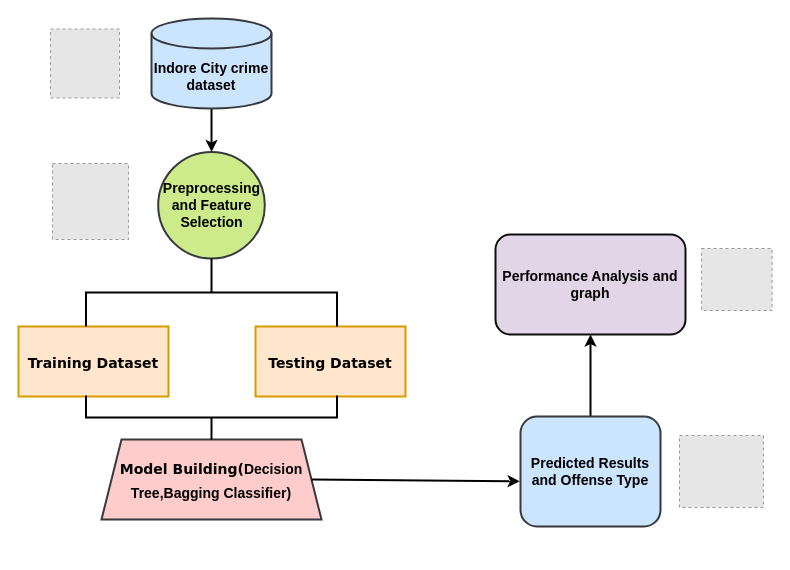
ChanumoluGayathri/System_Design keeps this draw.io diagram as Untitled Diagram.drawio. Above is the earlier version. Source tidied: cells renumbered, new cells numbered last; positions are measured from the earlier drawing's top-left corner, leaving out a move shared by most shapes. Both pictures are drawn from the tidied source at 100%, with x=0, y=0 at pixel (18, 18). Pictures stored in the file or linked from it are replaced by grey dashed boxes.
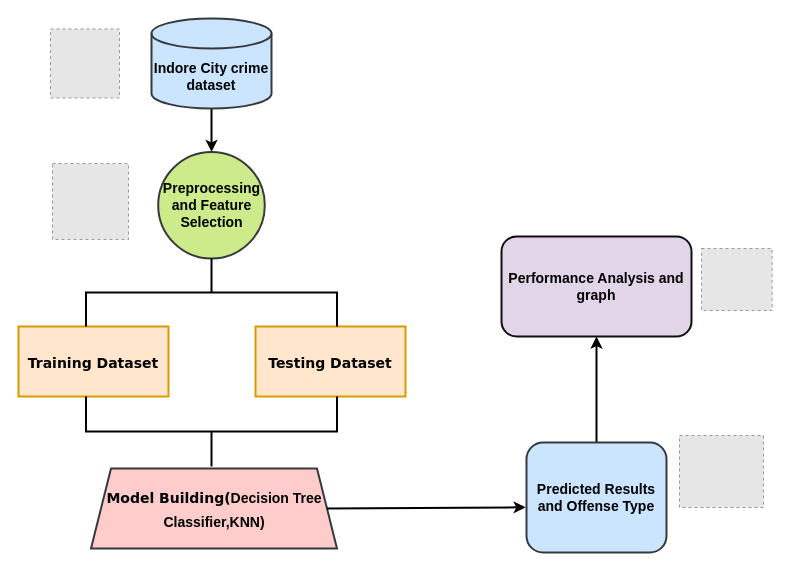
The same diagram, later.

The edit, as a diff of the source:
```diff
@@
 <mxGraphModel>
   <root>
     <mxCell id="0" />
     <mxCell id="1" parent="0" />
     <mxCell id="2" style="edgeStyle=orthogonalEdgeStyle;rounded=0;jettySize=auto;html=1;strokeWidth=2;" parent="1" edge="1" source="3" target="4">
       <mxGeometry relative="1" as="geometry" />
     </mxCell>
     <mxCell id="3" value="&lt;span style=&quot;font-size: 14px;&quot;&gt;&lt;b&gt;Indore City crime dataset&lt;/b&gt;&lt;/span&gt;" style="shape=cylinder3;whiteSpace=wrap;html=1;boundedLbl=1;backgroundOutline=1;size=15;fillColor=#cce5ff;strokeColor=#36393d;strokeWidth=2;" parent="1" vertex="1">
       <mxGeometry x="133" width="120" height="90" as="geometry" />
     </mxCell>
     <mxCell id="4" value="&lt;b style=&quot;font-size: 14px;&quot;&gt;&lt;font style=&quot;font-size: 14px;&quot;&gt;Preprocessing and Feature S&lt;/font&gt;election&lt;/b&gt;" style="ellipse;whiteSpace=wrap;html=1;fillColor=#cdeb8b;strokeColor=#36393d;strokeWidth=2;" parent="1" vertex="1">
       <mxGeometry x="139.7" y="133.4" width="106.6" height="106.6" as="geometry" />
     </mxCell>
     <mxCell id="5" style="edgeStyle=orthogonalEdgeStyle;rounded=0;jettySize=auto;html=1;strokeWidth=2;" parent="1" edge="1" source="6" target="7">
       <mxGeometry relative="1" as="geometry" />
     </mxCell>
     <mxCell id="6" value="&lt;b&gt;&lt;font style=&quot;font-size: 14px;&quot;&gt;Predicted Results and Offense Type&lt;/font&gt;&lt;/b&gt;" style="rounded=1;whiteSpace=wrap;html=1;fillColor=#cce5ff;strokeColor=#36393d;strokeWidth=2;" parent="1" vertex="1">
-      <mxGeometry x="502" y="398" width="140" height="110" as="geometry" />
+      <mxGeometry x="508" y="424" width="140" height="110" as="geometry" />
     </mxCell>
     <mxCell id="7" value="&lt;b&gt;&lt;font style=&quot;font-size: 14px;&quot;&gt;Performance Analysis and graph&lt;/font&gt;&lt;/b&gt;" style="rounded=1;whiteSpace=wrap;html=1;fillColor=#e1d5e7;strokeColor=#0f0f10;strokeWidth=2;" parent="1" vertex="1">
-      <mxGeometry x="477" y="216" width="190" height="100" as="geometry" />
+      <mxGeometry x="483" y="218" width="190" height="100" as="geometry" />
     </mxCell>
     <mxCell id="8" value="&lt;font size=&quot;1&quot; face=&quot;Verdana&quot;&gt;&lt;b style=&quot;font-size: 14px;&quot;&gt;Training Dataset&lt;/b&gt;&lt;/font&gt;" style="whiteSpace=wrap;html=1;hachureGap=4;fontFamily=Architects Daughter;fontSize=20;fillColor=#ffe6cc;strokeColor=#d79b00;strokeWidth=2;" parent="1" vertex="1">
       <mxGeometry y="308" width="150" height="70" as="geometry" />
     </mxCell>
     <mxCell id="9" value="&lt;font size=&quot;1&quot; face=&quot;Verdana&quot;&gt;&lt;b style=&quot;font-size: 14px;&quot;&gt;Testing Dataset&lt;/b&gt;&lt;/font&gt;" style="rounded=0;whiteSpace=wrap;html=1;hachureGap=4;fontFamily=Architects Daughter;fontSize=20;fillColor=#ffe6cc;strokeColor=#d79b00;strokeWidth=2;" parent="1" vertex="1">
       <mxGeometry x="237" y="308" width="150" height="70" as="geometry" />
     </mxCell>
-    <mxCell id="10" value="&lt;font style=&quot;font-size: 14px;&quot;&gt;&lt;b&gt;&lt;font style=&quot;font-size: 14px;&quot; face=&quot;Verdana&quot;&gt;Model Building(&lt;/font&gt;&lt;span style=&quot;border-color: var(--border-color); font-family: Helvetica;&quot;&gt;&lt;font style=&quot;border-color: var(--border-color); font-size: 14px;&quot;&gt;Decision Tree,Bagging Classifier)&lt;/font&gt;&lt;/span&gt;&lt;/b&gt;&lt;/font&gt;" style="shape=trapezoid;perimeter=trapezoidPerimeter;whiteSpace=wrap;html=1;fixedSize=1;fontSize=20;fontFamily=Architects Daughter;hachureGap=4;fillColor=#ffcccc;strokeColor=#36393d;strokeWidth=2;" parent="1" vertex="1">
-      <mxGeometry x="83" y="421" width="220" height="80" as="geometry" />
+    <mxCell id="10" value="&lt;font style=&quot;font-size: 14px;&quot;&gt;&lt;b&gt;&lt;font style=&quot;font-size: 14px;&quot; face=&quot;Verdana&quot;&gt;Model Building(&lt;/font&gt;&lt;span style=&quot;border-color: var(--border-color); font-family: Helvetica;&quot;&gt;&lt;font style=&quot;border-color: var(--border-color); font-size: 14px;&quot;&gt;Decision Tree Classifier,KNN)&lt;/font&gt;&lt;/span&gt;&lt;/b&gt;&lt;/font&gt;" style="shape=trapezoid;perimeter=trapezoidPerimeter;whiteSpace=wrap;html=1;fixedSize=1;fontSize=20;fontFamily=Architects Daughter;hachureGap=4;fillColor=#ffcccc;strokeColor=#36393d;strokeWidth=2;" parent="1" vertex="1">
+      <mxGeometry x="72.5" y="450" width="246" height="80" as="geometry" />
     </mxCell>
     <mxCell id="11" style="fillColor=#E6E6E6;strokeColor=#999999;dashed=1;verticalLabelPosition=bottom;labelBackgroundColor=default;verticalAlign=top;" parent="1" vertex="1">
       <mxGeometry x="34" y="145" width="76" height="76" as="geometry" />
     </mxCell>
     <mxCell id="12" style="fillColor=#E6E6E6;strokeColor=#999999;dashed=1;verticalLabelPosition=bottom;labelBackgroundColor=default;verticalAlign=top;" parent="1" vertex="1">
       <mxGeometry x="32" y="10.5" width="69" height="69" as="geometry" />
     </mxCell>
     <mxCell id="13" style="fillColor=#E6E6E6;strokeColor=#999999;dashed=1;verticalLabelPosition=bottom;labelBackgroundColor=default;verticalAlign=top;" parent="1" vertex="1">
       <mxGeometry x="683" y="230" width="70.6" height="62" as="geometry" />
     </mxCell>
     <mxCell id="14" style="fillColor=#E6E6E6;strokeColor=#999999;dashed=1;verticalLabelPosition=bottom;labelBackgroundColor=default;verticalAlign=top;" parent="1" vertex="1">
       <mxGeometry x="661" y="417" width="84" height="72" as="geometry" />
     </mxCell>
     <mxCell id="15" style="strokeWidth=2;html=1;shape=mxgraph.flowchart.annotation_2;align=left;labelPosition=right;hachureGap=4;fontFamily=Architects Daughter;fontSize=20;perimeterSpacing=4;direction=south;" parent="1" vertex="1">
       <mxGeometry x="67.5" y="240" width="251" height="68" as="geometry" />
     </mxCell>
     <mxCell id="16" style="strokeWidth=2;html=1;shape=mxgraph.flowchart.annotation_2;align=left;labelPosition=right;hachureGap=4;fontFamily=Architects Daughter;fontSize=20;perimeterSpacing=4;direction=north;" parent="1" vertex="1">
-      <mxGeometry x="67.5" y="377" width="251" height="44" as="geometry" />
+      <mxGeometry x="67.5" y="378" width="251" height="70" as="geometry" />
     </mxCell>
     <mxCell id="17" style="endArrow=classic;html=1;rounded=0;hachureGap=4;fontFamily=Architects Daughter;fontSize=16;exitX=1;exitY=0.5;exitDx=0;exitDy=0;entryX=-0.006;entryY=0.589;entryDx=0;entryDy=0;entryPerimeter=0;strokeWidth=2;" parent="1" edge="1" source="10" target="6">
       <mxGeometry relative="1" as="geometry" />
     </mxCell>
   </root>
 </mxGraphModel>
```
